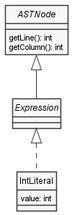
Earlier version of the PlantUML export docs/diagrams/Expressions.png (JonathanAriass/dlp-examen).
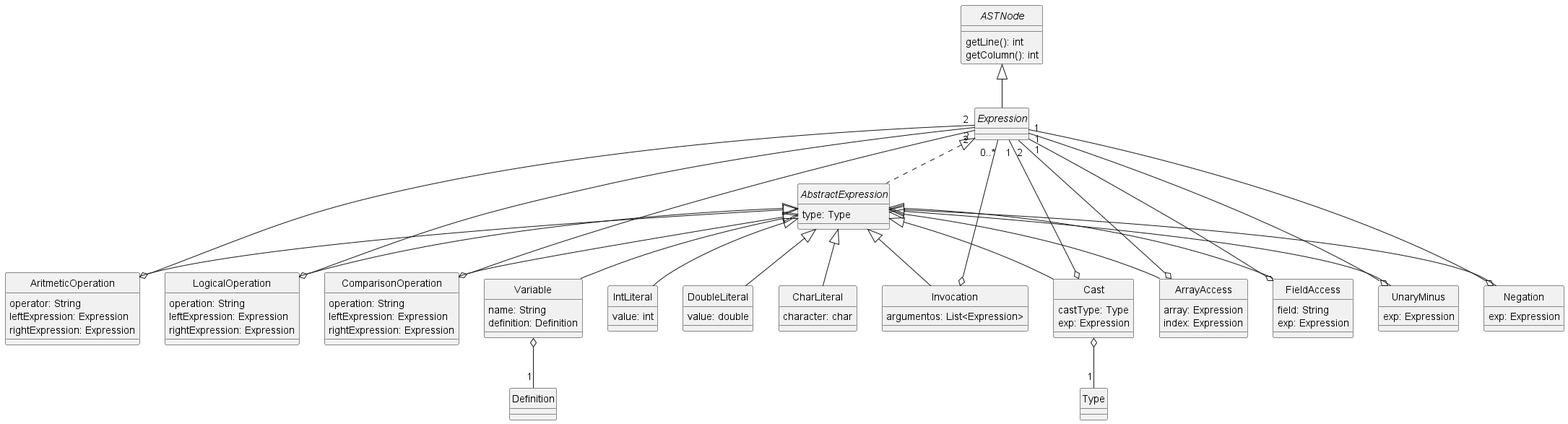
Above is the later version.

What changed in the source:
```diff
@@ -8,13 +8,95 @@
     getColumn(): int
 }
 
-interface Expression
+interface Expression {
+}
+
+abstract AbstractExpression implements Expression {
+    type: Type
+}
 
 class IntLiteral {
     value: int
 }
 
+class DoubleLiteral {
+    value: double
+}
+
+class CharLiteral {
+    character: char
+}
+
+class Variable {
+    name: String
+    definition: Definition
+}
+
+class AritmeticOperation {
+    operator: String
+    leftExpression: Expression
+    rightExpression: Expression
+}
+
+class LogicalOperation extends AbstractExpression {
+    operation: String
+    leftExpression: Expression
+    rightExpression: Expression
+}
+
+class ComparisonOperation extends AbstractExpression {
+    operation: String
+    leftExpression: Expression
+    rightExpression: Expression
+}
+
+class Invocation extends AbstractExpression {
+    argumentos: List<Expression>
+}
+
+class Cast {
+    castType: Type
+    exp: Expression
+}
+
+
+class ArrayAccess extends AbstractExpression {
+    array: Expression
+    index: Expression
+}
+
+class FieldAccess extends AbstractExpression {
+    field: String
+    exp: Expression
+}
+
+class UnaryMinus extends AbstractExpression {
+    exp: Expression
+}
+
+class Negation extends AbstractExpression {
+    exp: Expression
+}
+
+
 ASTNode <|-- Expression
-Expression <|.. IntLiteral
+AbstractExpression <|-- IntLiteral
+AbstractExpression <|-- DoubleLiteral
+AbstractExpression <|-- CharLiteral
+AbstractExpression <|-- Variable
+AbstractExpression <|-- AritmeticOperation
+AritmeticOperation o-- "2" Expression
+LogicalOperation o-- "2" Expression
+ComparisonOperation o-- "2" Expression
+Negation o-- "1" Expression
+UnaryMinus o-- "1" Expression
+Cast o-- "1" Expression
+FieldAccess o-- "1" Expression
+Invocation o-- "0..*" Expression
+ArrayAccess o-- "2" Expression
+AbstractExpression <|-- Cast
+
+Variable o-- "1" Definition
+Cast o-- "1" Type
 
 @enduml
```
